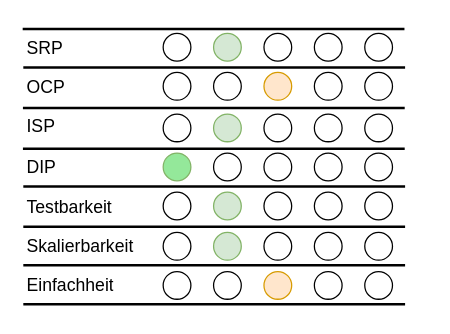
Before: tex/img/HexagonaleArchitekturBewertung.drawio in xThale/Seminararbeit, a draw.io diagram. Source tidied: cells renumbered, new cells numbered last; positions are measured from the earlier drawing's top-left corner, leaving out a move shared by most shapes. Both pictures are drawn from the tidied source at 126%, with x=0, y=0 at pixel (24, -163).
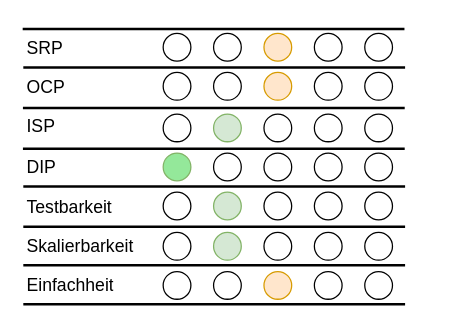
The same page after the edit.

Diff of the diagram source:
```diff
@@
-    <mxCell id="24" style="ellipse;whiteSpace=wrap;html=1;fontSize=22;align=left;fillColor=none;" parent="1" vertex="1">
+    <mxCell id="24" style="ellipse;whiteSpace=wrap;html=1;fontSize=22;align=left;fillColor=#ffe6cc;strokeColor=#d79b00;" parent="1" vertex="1">
       <mxGeometry x="190" y="155" width="22" height="22" as="geometry" />
     </mxCell>
@@
-    <mxCell id="26" style="ellipse;whiteSpace=wrap;html=1;fontSize=22;align=left;fillColor=#d5e8d4;strokeColor=#82b366;" parent="1" vertex="1">
+    <mxCell id="26" style="ellipse;whiteSpace=wrap;html=1;fontSize=22;align=left;fillColor=none;" parent="1" vertex="1">
       <mxGeometry x="150" y="155" width="22" height="22" as="geometry" />
     </mxCell>
```
